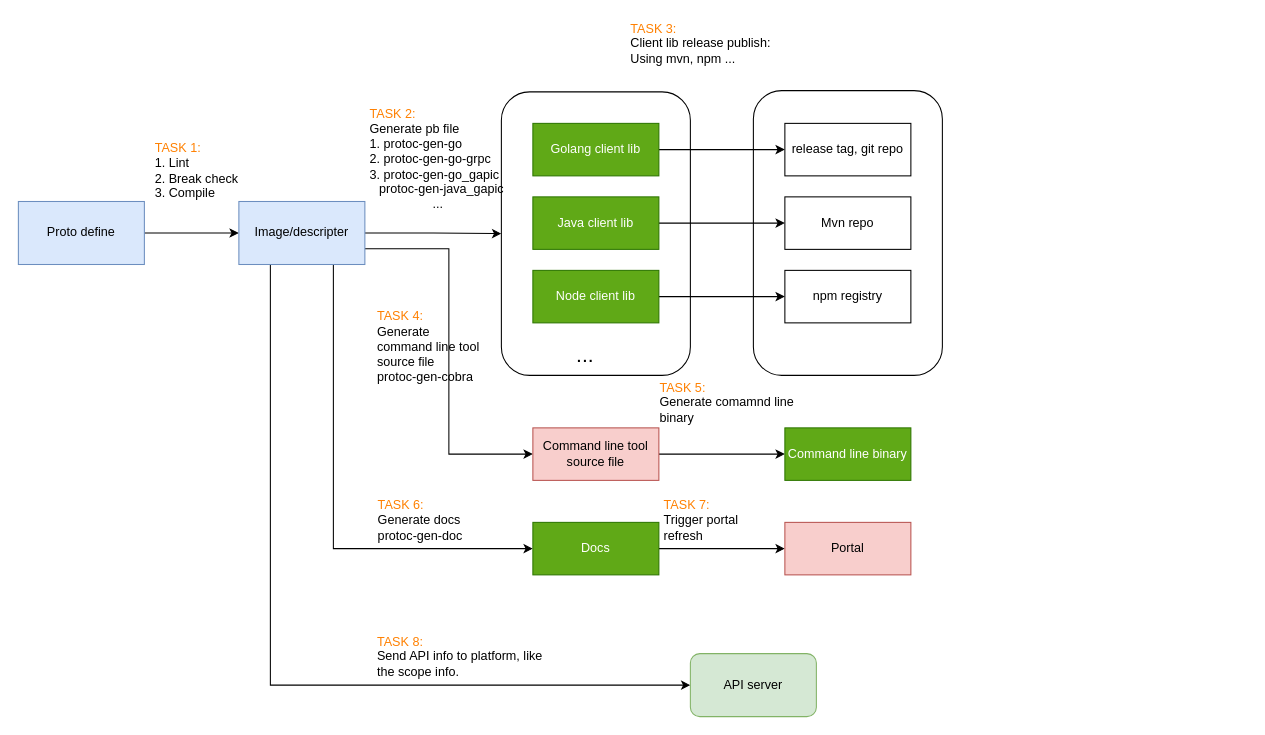
Above: page "Pipeline detail" (3 of 3) of HP/API_pipeline.drawio in zhangwm1987/mydraw_io (draw.io), before the change. Source tidied: cells renumbered, new cells numbered last; positions are measured from the earlier drawing's top-left corner, leaving out a move shared by most shapes. Both pictures are drawn from the tidied source at 105%, with x=0, y=0 at pixel (18, 18).
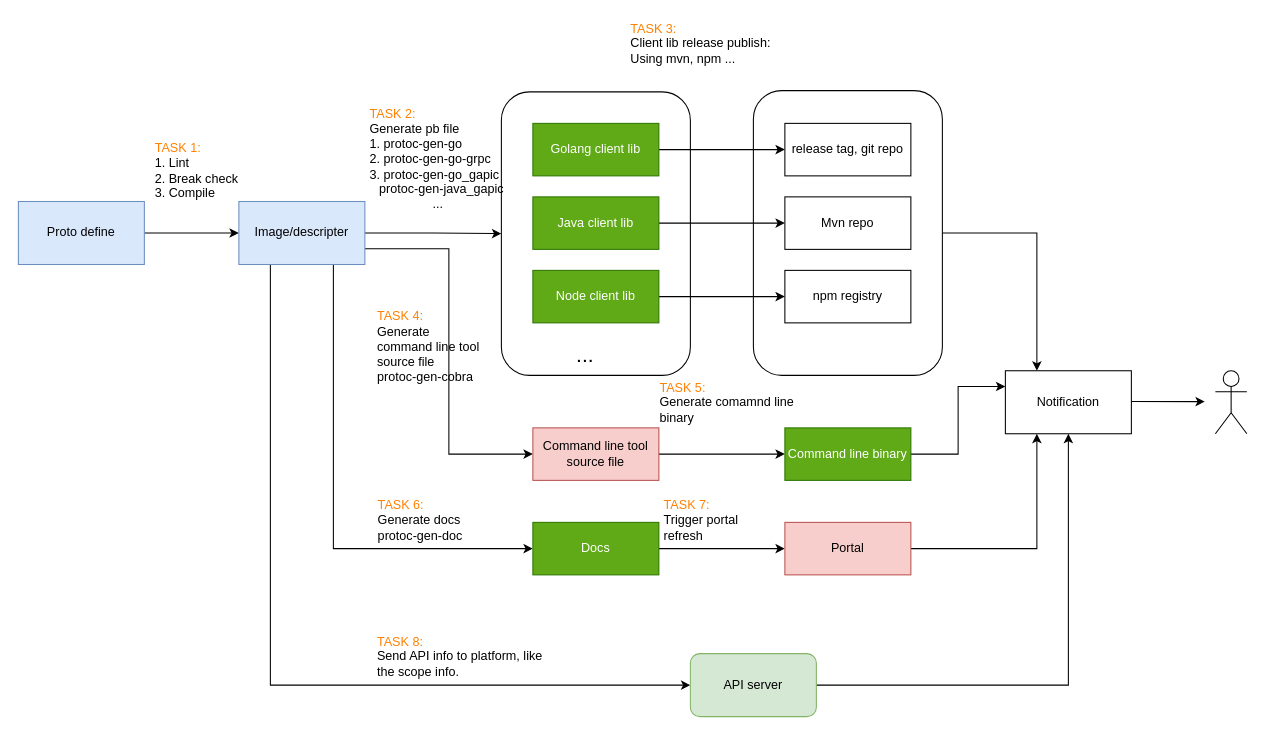
After the change.

The change refers to these unchanged cells:
```xml
<mxCell id="2" value="&lt;br&gt;&lt;br&gt;&lt;br&gt;&lt;br&gt;" style="rounded=1;whiteSpace=wrap;html=1;" parent="1" vertex="1">
  <mxGeometry x="700" y="68.8" width="180" height="271.2" as="geometry" />
</mxCell>
<mxCell id="26" value="Command line binary" style="rounded=0;whiteSpace=wrap;html=1;fillColor=#60a917;strokeColor=#2D7600;fontColor=#ffffff;" parent="1" vertex="1">
  <mxGeometry x="730" y="390" width="120" height="50" as="geometry" />
</mxCell>
<mxCell id="31" value="Portal" style="rounded=0;whiteSpace=wrap;html=1;fillColor=#f8cecc;strokeColor=#b85450;" parent="1" vertex="1">
  <mxGeometry x="730" y="480" width="120" height="50" as="geometry" />
</mxCell>
<mxCell id="34" value="API server" style="rounded=1;whiteSpace=wrap;html=1;fillColor=#d5e8d4;strokeColor=#82b366;" parent="1" vertex="1">
  <mxGeometry x="640" y="605" width="120" height="60" as="geometry" />
</mxCell>
```

Diff of the diagram source:
```diff
@@
+    <mxCell id="36" style="edgeStyle=orthogonalEdgeStyle;rounded=0;jettySize=auto;html=1;exitX=1;exitY=0.5;exitDx=0;exitDy=0;entryX=0.25;entryY=0;entryDx=0;entryDy=0;" parent="1" edge="1" source="2" target="40">
+      <mxGeometry relative="1" as="geometry" />
+    </mxCell>
@@
+    <mxCell id="37" style="edgeStyle=orthogonalEdgeStyle;rounded=0;jettySize=auto;html=1;exitX=1;exitY=0.5;exitDx=0;exitDy=0;entryX=0;entryY=0.25;entryDx=0;entryDy=0;" parent="1" edge="1" source="26" target="40">
+      <mxGeometry relative="1" as="geometry" />
+    </mxCell>
@@
+    <mxCell id="38" style="edgeStyle=orthogonalEdgeStyle;rounded=0;jettySize=auto;html=1;exitX=1;exitY=0.5;exitDx=0;exitDy=0;entryX=0.25;entryY=1;entryDx=0;entryDy=0;" parent="1" edge="1" source="31" target="40">
+      <mxGeometry relative="1" as="geometry" />
+    </mxCell>
@@
+    <mxCell id="39" style="edgeStyle=orthogonalEdgeStyle;rounded=0;jettySize=auto;html=1;exitX=1;exitY=0.5;exitDx=0;exitDy=0;entryX=0.5;entryY=1;entryDx=0;entryDy=0;" parent="1" edge="1" source="34" target="40">
+      <mxGeometry relative="1" as="geometry" />
+    </mxCell>
@@
+    <mxCell id="40" value="Notification" style="rounded=0;whiteSpace=wrap;html=1;" parent="1" vertex="1">
+      <mxGeometry x="940" y="335.6" width="120" height="60" as="geometry" />
+    </mxCell>
+    <mxCell id="41" style="endArrow=classic;html=1;" parent="1" edge="1">
+      <mxGeometry relative="1" as="geometry">
+        <mxPoint x="1060" y="364.9" as="sourcePoint" />
+        <mxPoint x="1130" y="365" as="targetPoint" />
+      </mxGeometry>
+    </mxCell>
+    <mxCell id="42" style="shape=umlActor;verticalLabelPosition=bottom;verticalAlign=top;html=1;" parent="1" vertex="1">
+      <mxGeometry x="1140" y="335.6" width="30" height="60" as="geometry" />
+    </mxCell>
```
